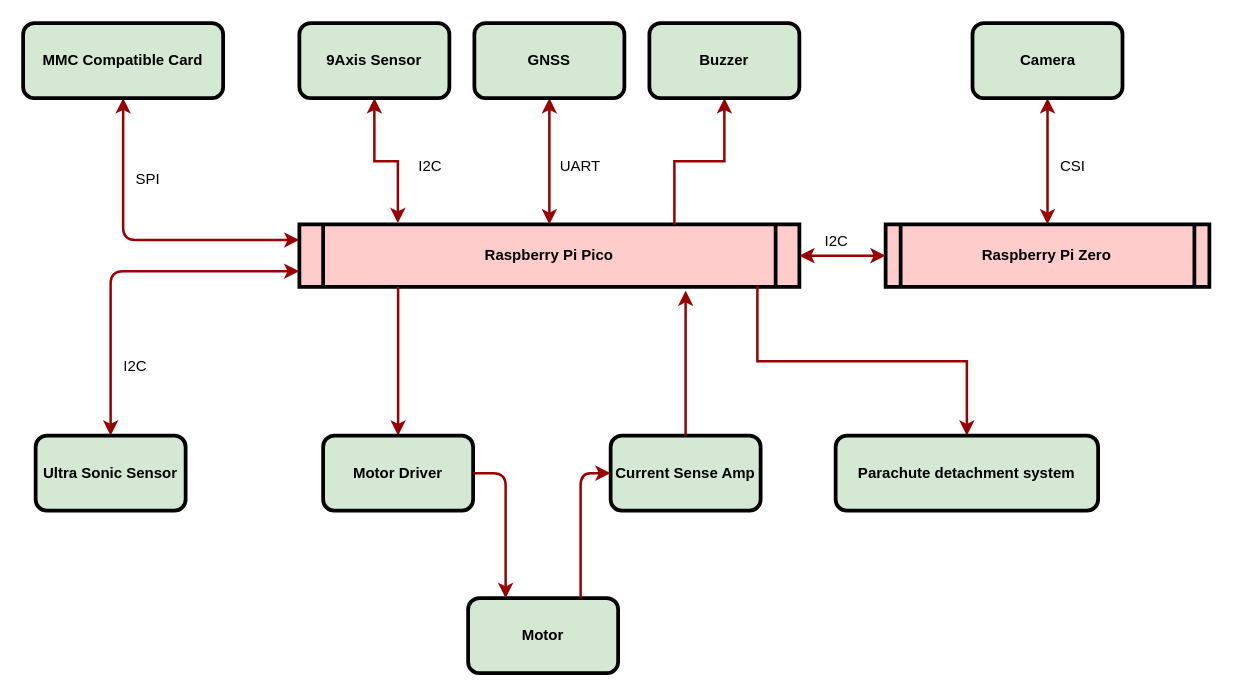
kodama-gentaro/cansat_team_a keeps this draw.io diagram as system-chart.drawio.xml. Above is the earlier version. Source tidied: cells renumbered, new cells numbered last; positions are measured from the earlier drawing's top-left corner, leaving out a move shared by most shapes. Both pictures are drawn from the tidied source at 125%, with x=0, y=0 at pixel (22, 22).
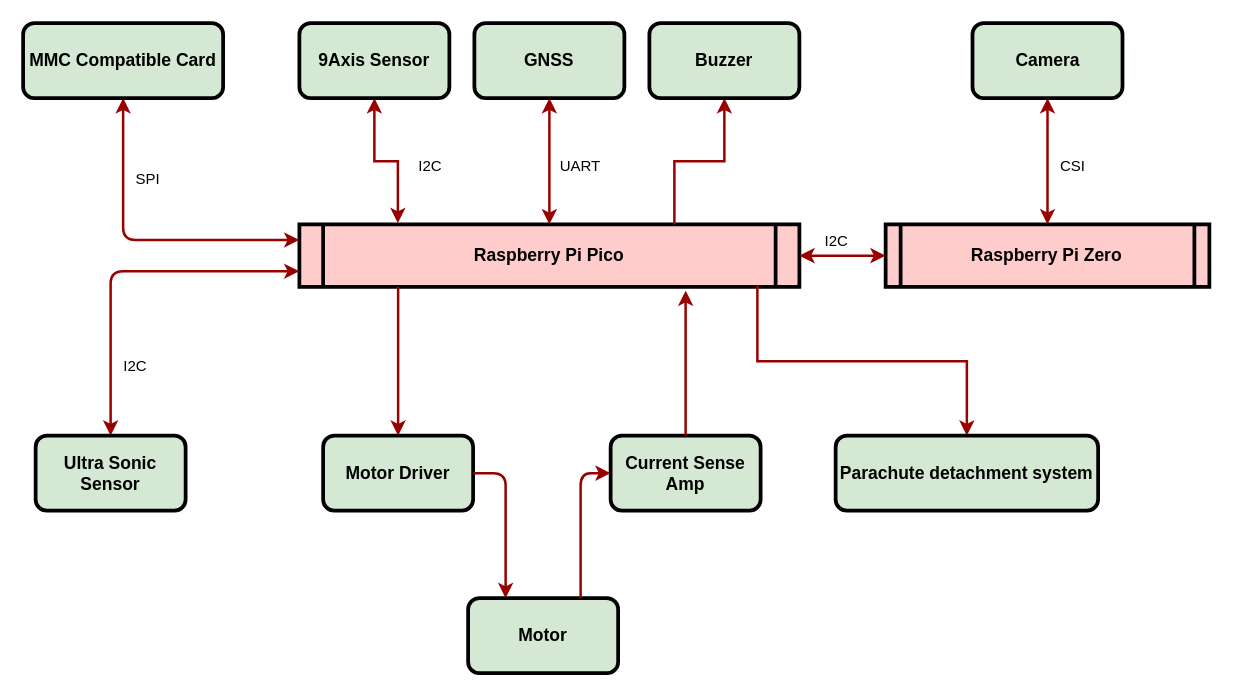
The same page after the edit.

Commit message:
system-chart.drawio.xml を更新します

Diff of the diagram source:
```diff
@@
-    <mxCell id="2" value="Raspberry Pi Pico" style="shape=process;whiteSpace=wrap;align=center;verticalAlign=middle;size=0.0475;fontStyle=1;strokeWidth=3;fillColor=#FFCCCC;" parent="1" vertex="1">
+    <mxCell id="2" value="Raspberry Pi Pico" style="shape=process;whiteSpace=wrap;align=center;verticalAlign=middle;size=0.0475;fontStyle=1;strokeWidth=3;fillColor=#FFCCCC;fontSize=14;" parent="1" vertex="1">
       <mxGeometry x="221" y="161" width="400" height="50" as="geometry" />
     </mxCell>
@@
-    <mxCell id="4" value="&lt;font style=&quot;font-size: 12px;&quot;&gt;&lt;b&gt;&lt;font style=&quot;font-size: 12px;&quot;&gt;Motor&lt;/font&gt;&lt;/b&gt; &lt;b&gt;Driver&lt;/b&gt;&lt;/font&gt;" style="rounded=1;whiteSpace=wrap;html=1;strokeWidth=3;fillColor=#d5e8d4;strokeColor=#000000;" parent="1" vertex="1">
+    <mxCell id="4" value="&lt;font style=&quot;font-size: 14px;&quot;&gt;&lt;b&gt;&lt;font style=&quot;font-size: 14px;&quot;&gt;Motor&lt;/font&gt;&lt;/b&gt; &lt;b&gt;Driver&lt;/b&gt;&lt;/font&gt;" style="rounded=1;whiteSpace=wrap;html=1;strokeWidth=3;fillColor=#d5e8d4;strokeColor=#000000;" parent="1" vertex="1">
       <mxGeometry x="240" y="330" width="120" height="60" as="geometry" />
     </mxCell>
-    <mxCell id="5" value="&lt;div&gt;&lt;font style=&quot;font-size: 12px;&quot;&gt;&lt;b&gt;&lt;font style=&quot;font-size: 12px;&quot;&gt;Motor&lt;/font&gt;&lt;/b&gt;&lt;br&gt;&lt;/font&gt;&lt;/div&gt;" style="rounded=1;whiteSpace=wrap;html=1;strokeWidth=3;fillColor=#d5e8d4;strokeColor=#000000;" parent="1" vertex="1">
+    <mxCell id="5" value="&lt;div style=&quot;font-size: 14px;&quot;&gt;&lt;font style=&quot;font-size: 14px;&quot;&gt;&lt;b&gt;&lt;font style=&quot;font-size: 14px;&quot;&gt;Motor&lt;/font&gt;&lt;/b&gt;&lt;br&gt;&lt;/font&gt;&lt;/div&gt;" style="rounded=1;whiteSpace=wrap;html=1;strokeWidth=3;fillColor=#d5e8d4;strokeColor=#000000;" parent="1" vertex="1">
       <mxGeometry x="356" y="460" width="120" height="60" as="geometry" />
     </mxCell>
@@
-    <mxCell id="7" value="&lt;b&gt;Current Sense Amp&lt;br&gt;&lt;/b&gt;" style="rounded=1;whiteSpace=wrap;html=1;strokeWidth=3;fillColor=#d5e8d4;strokeColor=#000000;" parent="1" vertex="1">
+    <mxCell id="7" value="&lt;font style=&quot;font-size: 14px;&quot;&gt;&lt;b&gt;Current Sense Amp&lt;br&gt;&lt;/b&gt;&lt;/font&gt;" style="rounded=1;whiteSpace=wrap;html=1;strokeWidth=3;fillColor=#d5e8d4;strokeColor=#000000;" parent="1" vertex="1">
       <mxGeometry x="470" y="330" width="120" height="60" as="geometry" />
     </mxCell>
@@
-    <mxCell id="10" value="Raspberry Pi Zero" style="shape=process;whiteSpace=wrap;align=center;verticalAlign=middle;size=0.0475;fontStyle=1;strokeWidth=3;fillColor=#FFCCCC;" parent="1" vertex="1">
+    <mxCell id="10" value="Raspberry Pi Zero" style="shape=process;whiteSpace=wrap;align=center;verticalAlign=middle;size=0.0475;fontStyle=1;strokeWidth=3;fillColor=#FFCCCC;fontSize=14;" parent="1" vertex="1">
       <mxGeometry x="690" y="161" width="259" height="50" as="geometry" />
     </mxCell>
@@
-    <mxCell id="13" value="&lt;b&gt;9Axis Sensor&lt;br&gt;&lt;/b&gt;" style="rounded=1;whiteSpace=wrap;html=1;strokeWidth=3;fillColor=#d5e8d4;strokeColor=#000000;" parent="1" vertex="1">
+    <mxCell id="13" value="&lt;font style=&quot;font-size: 14px;&quot;&gt;&lt;b&gt;9Axis Sensor&lt;br&gt;&lt;/b&gt;&lt;/font&gt;" style="rounded=1;whiteSpace=wrap;html=1;strokeWidth=3;fillColor=#d5e8d4;strokeColor=#000000;" parent="1" vertex="1">
       <mxGeometry x="221" width="120" height="60" as="geometry" />
     </mxCell>
@@
-    <mxCell id="15" value="&lt;b&gt;GNSS&lt;/b&gt;" style="rounded=1;whiteSpace=wrap;html=1;strokeWidth=3;fillColor=#d5e8d4;strokeColor=#000000;" parent="1" vertex="1">
+    <mxCell id="15" value="&lt;font size=&quot;1&quot;&gt;&lt;b style=&quot;font-size: 14px;&quot;&gt;GNSS&lt;/b&gt;&lt;/font&gt;" style="rounded=1;whiteSpace=wrap;html=1;strokeWidth=3;fillColor=#d5e8d4;strokeColor=#000000;" parent="1" vertex="1">
       <mxGeometry x="361" width="120" height="60" as="geometry" />
     </mxCell>
@@
-    <mxCell id="17" value="&lt;b&gt;MMC Compatible Card&lt;br&gt;&lt;/b&gt;" style="rounded=1;whiteSpace=wrap;html=1;strokeWidth=3;fillColor=#d5e8d4;strokeColor=#000000;" parent="1" vertex="1">
+    <mxCell id="17" value="&lt;font style=&quot;font-size: 14px;&quot;&gt;&lt;b&gt;MMC Compatible Card&lt;br&gt;&lt;/b&gt;&lt;/font&gt;" style="rounded=1;whiteSpace=wrap;html=1;strokeWidth=3;fillColor=#d5e8d4;strokeColor=#000000;" parent="1" vertex="1">
       <mxGeometry width="160" height="60" as="geometry" />
     </mxCell>
@@
-    <mxCell id="19" value="&lt;b&gt;Camera&lt;/b&gt;" style="rounded=1;whiteSpace=wrap;html=1;strokeWidth=3;fillColor=#d5e8d4;strokeColor=#000000;" parent="1" vertex="1">
+    <mxCell id="19" value="&lt;font size=&quot;1&quot;&gt;&lt;b style=&quot;font-size: 14px;&quot;&gt;Camera&lt;/b&gt;&lt;/font&gt;" style="rounded=1;whiteSpace=wrap;html=1;strokeWidth=3;fillColor=#d5e8d4;strokeColor=#000000;" parent="1" vertex="1">
       <mxGeometry x="759.5" width="120" height="60" as="geometry" />
     </mxCell>
@@
-    <mxCell id="21" value="&lt;b&gt;Ultra Sonic Sensor&lt;br&gt;&lt;/b&gt;" style="rounded=1;whiteSpace=wrap;html=1;strokeWidth=3;fillColor=#d5e8d4;strokeColor=#000000;" parent="1" vertex="1">
+    <mxCell id="21" value="&lt;font style=&quot;font-size: 14px;&quot;&gt;&lt;b&gt;Ultra Sonic Sensor&lt;br&gt;&lt;/b&gt;&lt;/font&gt;" style="rounded=1;whiteSpace=wrap;html=1;strokeWidth=3;fillColor=#d5e8d4;strokeColor=#000000;" parent="1" vertex="1">
       <mxGeometry x="10" y="330" width="120" height="60" as="geometry" />
     </mxCell>
@@
-    <mxCell id="27" value="&lt;b&gt;Parachute detachment system&lt;br&gt;&lt;/b&gt;" style="rounded=1;whiteSpace=wrap;html=1;strokeWidth=3;fillColor=#d5e8d4;strokeColor=#000000;" parent="1" vertex="1">
+    <mxCell id="27" value="&lt;font style=&quot;font-size: 14px;&quot;&gt;&lt;b&gt;Parachute detachment system&lt;br&gt;&lt;/b&gt;&lt;/font&gt;" style="rounded=1;whiteSpace=wrap;html=1;strokeWidth=3;fillColor=#d5e8d4;strokeColor=#000000;" parent="1" vertex="1">
       <mxGeometry x="650" y="330" width="210" height="60" as="geometry" />
     </mxCell>
@@
-    <mxCell id="29" value="&lt;div&gt;&lt;b&gt;Buzzer&lt;/b&gt;&lt;/div&gt;" style="rounded=1;whiteSpace=wrap;html=1;strokeWidth=3;fillColor=#d5e8d4;strokeColor=#000000;" parent="1" vertex="1">
+    <mxCell id="29" value="&lt;div style=&quot;font-size: 13px;&quot;&gt;&lt;font size=&quot;1&quot;&gt;&lt;b style=&quot;font-size: 14px;&quot;&gt;Buzzer&lt;/b&gt;&lt;/font&gt;&lt;/div&gt;" style="rounded=1;whiteSpace=wrap;html=1;strokeWidth=3;fillColor=#d5e8d4;strokeColor=#000000;" parent="1" vertex="1">
       <mxGeometry x="501" width="120" height="60" as="geometry" />
     </mxCell>
```
